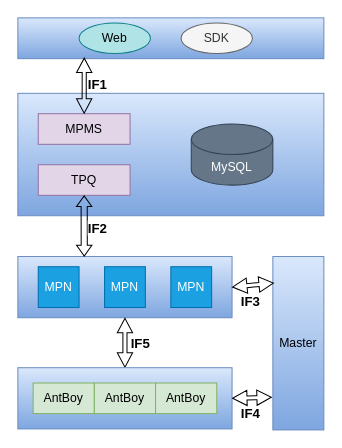
This is 梧桐.drawio from zebra-min/my-design, a draw.io file, before an edit. Source tidied: cells renumbered, new cells numbered last; positions are measured from the earlier drawing's top-left corner, leaving out a move shared by most shapes. Both pictures are drawn from the tidied source at 102%, with x=0, y=0 at pixel (17, 17).
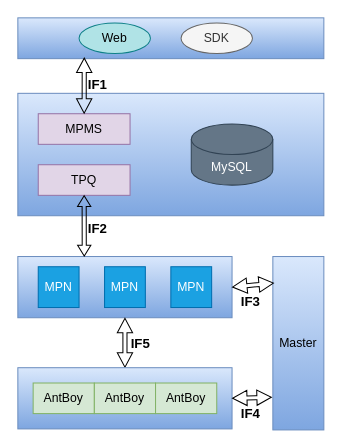
Above is the later version.

Unchanged cells that the change refers to:
```xml
<mxCell id="4" value="TPQ" style="rounded=0;whiteSpace=wrap;html=1;fillColor=#e1d5e7;strokeColor=#9673a6;" parent="1" vertex="1">
  <mxGeometry x="20" y="144" width="90" height="30" as="geometry" />
</mxCell>
<mxCell id="7" style="rounded=0;whiteSpace=wrap;html=1;fillColor=#dae8fc;strokeColor=#6c8ebf;gradientColor=#7ea6e0;" parent="1" vertex="1">
  <mxGeometry y="234" width="210" height="60" as="geometry" />
</mxCell>
```

The edit, as a diff of the source:
```diff
@@
-    <mxCell id="11" style="shape=flexArrow;endArrow=classic;startArrow=classic;html=1;rounded=0;width=6;startSize=3.17;startWidth=8;endWidth=8;endSize=3.17;entryX=0.5;entryY=1;entryDx=0;entryDy=0;exitX=0.31;exitY=0;exitDx=0;exitDy=0;exitPerimeter=0;" parent="1" edge="1" source="7" target="4">
+    <mxCell id="11" style="shape=flexArrow;endArrow=classic;startArrow=classic;html=1;rounded=0;width=4;startSize=3.17;startWidth=8;endWidth=8;endSize=3.17;entryX=0.5;entryY=1;entryDx=0;entryDy=0;exitX=0.31;exitY=0;exitDx=0;exitDy=0;exitPerimeter=0;" parent="1" edge="1" source="7" target="4">
       <mxGeometry relative="1" as="geometry" />
     </mxCell>
```
